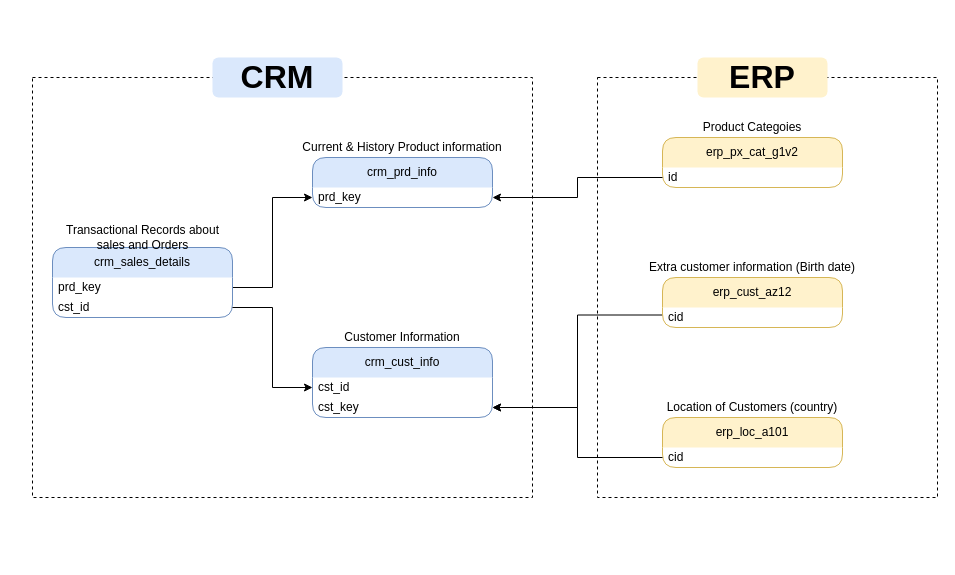
hamzahabib2024/data_warehouse_oracle_sql_project keeps this draw.io diagram as docs/Integration_Model.drawio. Above is the earlier version. Source tidied: cells renumbered, new cells numbered last; positions are measured from the earlier drawing's top-left corner, leaving out a move shared by most shapes. Both pictures are drawn from the tidied source at 100%, with x=0, y=0 at pixel (32, 57).
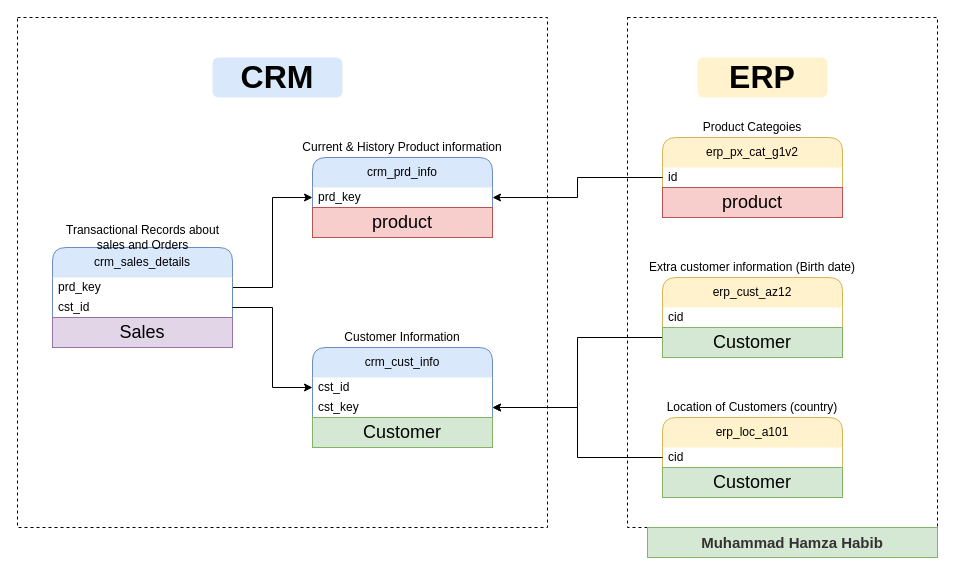
The same page after the edit.

Diff of the diagram source:
```diff
@@
     <mxCell id="2" value="crm_prd_info" style="swimlane;fontStyle=0;horizontal=1;startSize=30;whiteSpace=wrap;html=1;fillColor=#dae8fc;strokeColor=#6c8ebf;rounded=1;swimlaneLine=0;glass=0;shadow=0;" parent="1" vertex="1">
-      <mxGeometry x="280" y="100" width="180" height="50" as="geometry" />
+      <mxGeometry x="280" y="100" width="180" height="80" as="geometry" />
     </mxCell>
@@
+    <mxCell id="31" value="&lt;font style=&quot;font-size: 18px;&quot;&gt;product&lt;/font&gt;" style="text;html=1;strokeColor=#b85450;fillColor=#f8cecc;align=center;verticalAlign=middle;whiteSpace=wrap;overflow=hidden;rounded=0;" parent="2" vertex="1">
+      <mxGeometry y="50" width="180" height="30" as="geometry" />
+    </mxCell>
     <mxCell id="4" value="crm_cust_info" style="swimlane;fontStyle=0;horizontal=1;startSize=30;whiteSpace=wrap;html=1;fillColor=#dae8fc;strokeColor=#6c8ebf;rounded=1;swimlaneLine=0;glass=0;shadow=0;" parent="1" vertex="1">
-      <mxGeometry x="280" y="290" width="180" height="70" as="geometry" />
+      <mxGeometry x="280" y="290" width="180" height="100" as="geometry" />
     </mxCell>
@@
+    <mxCell id="32" value="&lt;font style=&quot;font-size: 18px;&quot;&gt;Customer&lt;/font&gt;" style="text;html=1;strokeColor=#82b366;fillColor=#d5e8d4;align=center;verticalAlign=middle;whiteSpace=wrap;overflow=hidden;rounded=0;" parent="4" vertex="1">
+      <mxGeometry y="70" width="180" height="30" as="geometry" />
+    </mxCell>
@@
     <mxCell id="8" value="crm_sales_details" style="swimlane;fontStyle=0;horizontal=1;startSize=30;whiteSpace=wrap;html=1;fillColor=#dae8fc;strokeColor=#6c8ebf;rounded=1;swimlaneLine=0;glass=0;shadow=0;" parent="1" vertex="1">
-      <mxGeometry x="20" y="190" width="180" height="70" as="geometry" />
+      <mxGeometry x="20" y="190" width="180" height="100" as="geometry" />
     </mxCell>
@@
+    <mxCell id="33" value="&lt;font style=&quot;font-size: 18px;&quot;&gt;Sales&lt;/font&gt;" style="text;html=1;strokeColor=#9673a6;fillColor=#e1d5e7;align=center;verticalAlign=middle;whiteSpace=wrap;overflow=hidden;rounded=0;" parent="8" vertex="1">
+      <mxGeometry y="70" width="180" height="30" as="geometry" />
+    </mxCell>
     <mxCell id="11" value="erp_px_cat_g1v2" style="swimlane;fontStyle=0;horizontal=1;startSize=30;whiteSpace=wrap;html=1;fillColor=#fff2cc;strokeColor=#d6b656;rounded=1;swimlaneLine=0;glass=0;shadow=0;" parent="1" vertex="1">
-      <mxGeometry x="630" y="80" width="180" height="50" as="geometry" />
+      <mxGeometry x="630" y="80" width="180" height="80" as="geometry" />
     </mxCell>
@@
+    <mxCell id="34" value="&lt;font style=&quot;font-size: 18px;&quot;&gt;product&lt;/font&gt;" style="text;html=1;strokeColor=#b85450;fillColor=#f8cecc;align=center;verticalAlign=middle;whiteSpace=wrap;overflow=hidden;rounded=0;" parent="11" vertex="1">
+      <mxGeometry y="50" width="180" height="30" as="geometry" />
+    </mxCell>
@@
     <mxCell id="14" value="erp_cust_az12" style="swimlane;fontStyle=0;horizontal=1;startSize=30;whiteSpace=wrap;html=1;fillColor=#fff2cc;strokeColor=#d6b656;rounded=1;swimlaneLine=0;glass=0;shadow=0;" parent="1" vertex="1">
-      <mxGeometry x="630" y="220" width="180" height="50" as="geometry" />
+      <mxGeometry x="630" y="220" width="180" height="80" as="geometry" />
     </mxCell>
@@
+    <mxCell id="35" value="&lt;span style=&quot;font-size: 18px;&quot;&gt;Customer&lt;/span&gt;" style="text;html=1;strokeColor=#82b366;fillColor=#d5e8d4;align=center;verticalAlign=middle;whiteSpace=wrap;overflow=hidden;rounded=0;" parent="14" vertex="1">
+      <mxGeometry y="50" width="180" height="30" as="geometry" />
+    </mxCell>
     <mxCell id="16" value="erp_loc_a101" style="swimlane;fontStyle=0;horizontal=1;startSize=30;whiteSpace=wrap;html=1;fillColor=#fff2cc;strokeColor=#d6b656;rounded=1;swimlaneLine=0;glass=0;shadow=0;" parent="1" vertex="1">
-      <mxGeometry x="630" y="360" width="180" height="50" as="geometry" />
+      <mxGeometry x="630" y="360" width="180" height="80" as="geometry" />
     </mxCell>
@@
+    <mxCell id="36" value="&lt;span style=&quot;font-size: 18px;&quot;&gt;Customer&lt;/span&gt;" style="text;html=1;strokeColor=#82b366;fillColor=#d5e8d4;align=center;verticalAlign=middle;whiteSpace=wrap;overflow=hidden;rounded=0;" parent="16" vertex="1">
+      <mxGeometry y="50" width="180" height="30" as="geometry" />
+    </mxCell>
@@
-    <mxCell id="21" style="rounded=0;whiteSpace=wrap;html=1;fillColor=none;dashed=1;" parent="1" vertex="1">
-      <mxGeometry y="20" width="500" height="420" as="geometry" />
-    </mxCell>
     <mxCell id="22" style="rounded=0;whiteSpace=wrap;html=1;fillColor=none;dashed=1;" parent="1" vertex="1">
-      <mxGeometry x="565" y="20" width="340" height="420" as="geometry" />
+      <mxGeometry x="595" y="-40" width="310" height="510" as="geometry" />
     </mxCell>
@@
+    <mxCell id="37" value="&lt;font style=&quot;font-size: 15px; color: rgb(51, 51, 51);&quot;&gt;&lt;b style=&quot;&quot;&gt;Muhammad Hamza Habib&lt;/b&gt;&lt;/font&gt;" style="text;html=1;whiteSpace=wrap;align=center;verticalAlign=middle;rounded=0;fillColor=#d5e8d4;strokeColor=#82b366;gradientColor=none;" parent="1" vertex="1">
+      <mxGeometry x="615" y="470" width="290" height="30" as="geometry" />
+    </mxCell>
+    <mxCell id="21" style="rounded=0;whiteSpace=wrap;html=1;fillColor=none;dashed=1;" parent="1" vertex="1">
+      <mxGeometry x="-15" y="-40" width="530" height="510" as="geometry" />
+    </mxCell>
```
